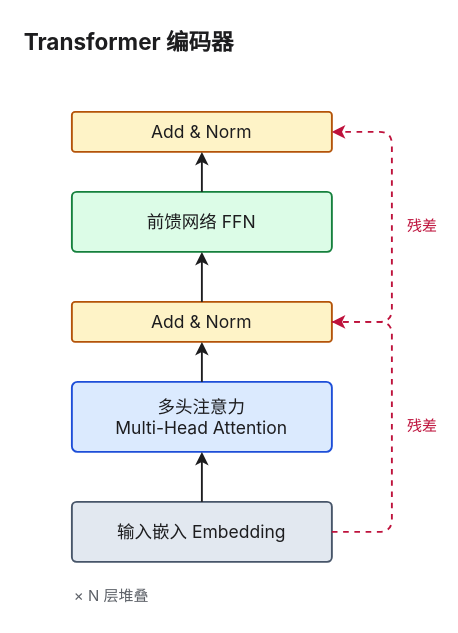
This is page "encoder" (1 of 2) of src/content/shared/diagrams/transformer-block.drawio from xingcanlee/astro-wisp, a draw.io file, before an edit. Source tidied: cells renumbered, new cells numbered last; positions are measured from the earlier drawing's top-left corner, leaving out a move shared by most shapes. Both pictures are drawn from the tidied source at 125%, with x=0, y=0 at pixel (21, 21).
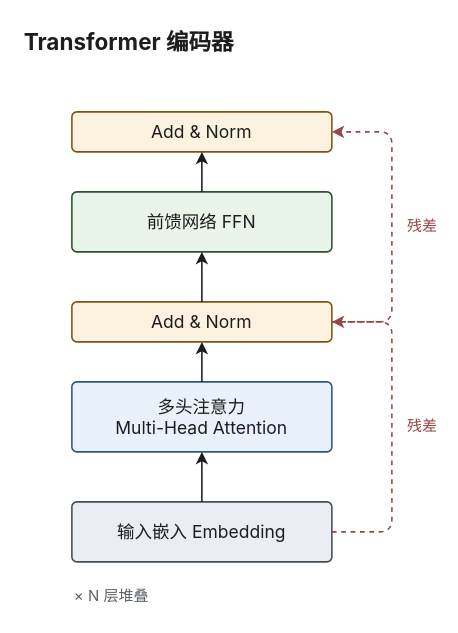
After the change.

What changed in the source:
```diff
@@
 <mxGraphModel>
   <root>
     <mxCell id="0" />
     <mxCell id="1" parent="0" />
     <mxCell id="2" value="Transformer 编码器" style="text;html=1;align=left;verticalAlign=middle;fontFamily=Inter;fontSize=18;fontStyle=1;fontColor=#1d1d1f;" parent="1" vertex="1">
       <mxGeometry width="240" height="32" as="geometry" />
     </mxCell>
-    <mxCell id="3" value="输入嵌入 Embedding" style="rounded=1;arcSize=8;whiteSpace=wrap;html=1;fillColor=#e2e8f0;strokeColor=#475569;strokeWidth=1.5;fontFamily=Inter;fontSize=14;fontColor=#1d1d1f;" parent="1" vertex="1">
+    <mxCell id="3" value="输入嵌入 Embedding" style="rounded=1;absoluteArcSize=1;arcSize=8;whiteSpace=wrap;html=1;fillColor=#eaedf2;strokeColor=#464e57;strokeWidth=1.25;fontFamily=Inter;fontSize=14;fontColor=#1d1d1f;" parent="1" vertex="1">
       <mxGeometry x="40" y="384" width="208" height="48" as="geometry" />
     </mxCell>
-    <mxCell id="4" value="多头注意力&lt;br&gt;Multi-Head Attention" style="rounded=1;arcSize=8;whiteSpace=wrap;html=1;fillColor=#dbeafe;strokeColor=#1d4ed8;strokeWidth=1.5;fontFamily=Inter;fontSize=14;fontColor=#1d1d1f;" parent="1" vertex="1">
+    <mxCell id="4" value="多头注意力&lt;br&gt;Multi-Head Attention" style="rounded=1;absoluteArcSize=1;arcSize=8;whiteSpace=wrap;html=1;fillColor=#e9f2fb;strokeColor=#2f5783;strokeWidth=1.25;fontFamily=Inter;fontSize=14;fontColor=#1d1d1f;" parent="1" vertex="1">
       <mxGeometry x="40" y="288" width="208" height="56" as="geometry" />
     </mxCell>
-    <mxCell id="5" value="Add &amp;amp; Norm" style="rounded=1;arcSize=8;whiteSpace=wrap;html=1;fillColor=#fef3c7;strokeColor=#b45309;strokeWidth=1.5;fontFamily=Inter;fontSize=14;fontColor=#1d1d1f;" parent="1" vertex="1">
+    <mxCell id="5" value="Add &amp;amp; Norm" style="rounded=1;absoluteArcSize=1;arcSize=8;whiteSpace=wrap;html=1;fillColor=#fbf2df;strokeColor=#7b5518;strokeWidth=1.25;fontFamily=Inter;fontSize=14;fontColor=#1d1d1f;" parent="1" vertex="1">
       <mxGeometry x="40" y="224" width="208" height="32" as="geometry" />
     </mxCell>
-    <mxCell id="6" value="前馈网络 FFN" style="rounded=1;arcSize=8;whiteSpace=wrap;html=1;fillColor=#dcfce7;strokeColor=#15803d;strokeWidth=1.5;fontFamily=Inter;fontSize=14;fontColor=#1d1d1f;" parent="1" vertex="1">
+    <mxCell id="6" value="前馈网络 FFN" style="rounded=1;absoluteArcSize=1;arcSize=8;whiteSpace=wrap;html=1;fillColor=#e9f5e9;strokeColor=#2c522d;strokeWidth=1.25;fontFamily=Inter;fontSize=14;fontColor=#1d1d1f;" parent="1" vertex="1">
       <mxGeometry x="40" y="136" width="208" height="48" as="geometry" />
     </mxCell>
-    <mxCell id="7" value="Add &amp;amp; Norm" style="rounded=1;arcSize=8;whiteSpace=wrap;html=1;fillColor=#fef3c7;strokeColor=#b45309;strokeWidth=1.5;fontFamily=Inter;fontSize=14;fontColor=#1d1d1f;" parent="1" vertex="1">
+    <mxCell id="7" value="Add &amp;amp; Norm" style="rounded=1;absoluteArcSize=1;arcSize=8;whiteSpace=wrap;html=1;fillColor=#fbf2df;strokeColor=#7b5518;strokeWidth=1.25;fontFamily=Inter;fontSize=14;fontColor=#1d1d1f;" parent="1" vertex="1">
       <mxGeometry x="40" y="72" width="208" height="32" as="geometry" />
     </mxCell>
-    <mxCell id="8" style="endArrow=classic;html=1;strokeColor=#1d1d1f;strokeWidth=1.5;" parent="1" edge="1" source="3" target="4">
+    <mxCell id="8" style="endArrow=classic;html=1;strokeColor=#1d1d1f;strokeWidth=1.25;" parent="1" edge="1" source="3" target="4">
       <mxGeometry relative="1" as="geometry" />
     </mxCell>
-    <mxCell id="9" style="endArrow=classic;html=1;strokeColor=#1d1d1f;strokeWidth=1.5;" parent="1" edge="1" source="4" target="5">
+    <mxCell id="9" style="endArrow=classic;html=1;strokeColor=#1d1d1f;strokeWidth=1.25;" parent="1" edge="1" source="4" target="5">
       <mxGeometry relative="1" as="geometry" />
     </mxCell>
-    <mxCell id="10" style="endArrow=classic;html=1;strokeColor=#1d1d1f;strokeWidth=1.5;" parent="1" edge="1" source="5" target="6">
+    <mxCell id="10" style="endArrow=classic;html=1;strokeColor=#1d1d1f;strokeWidth=1.25;" parent="1" edge="1" source="5" target="6">
       <mxGeometry relative="1" as="geometry" />
     </mxCell>
-    <mxCell id="11" style="endArrow=classic;html=1;strokeColor=#1d1d1f;strokeWidth=1.5;" parent="1" edge="1" source="6" target="7">
+    <mxCell id="11" style="endArrow=classic;html=1;strokeColor=#1d1d1f;strokeWidth=1.25;" parent="1" edge="1" source="6" target="7">
       <mxGeometry relative="1" as="geometry" />
     </mxCell>
-    <mxCell id="12" value="残差" style="edgeStyle=orthogonalEdgeStyle;rounded=1;endArrow=classic;html=1;strokeColor=#be123c;strokeWidth=1.5;dashed=1;fontFamily=Inter;fontSize=12;fontColor=#be123c;exitX=1;exitY=0.5;entryX=1;entryY=0.5;" parent="1" edge="1" source="3" target="5">
+    <mxCell id="12" value="残差" style="edgeStyle=orthogonalEdgeStyle;rounded=1;endArrow=classic;html=1;strokeColor=#984646;strokeWidth=1.25;dashed=1;fontFamily=Inter;fontSize=12;fontColor=#984646;exitX=1;exitY=0.5;entryX=1;entryY=0.5;" parent="1" edge="1" source="3" target="5">
       <mxGeometry relative="1" as="geometry">
         <Array as="points">
           <mxPoint x="296" y="408" />
           <mxPoint x="296" y="240" />
         </Array>
         <mxPoint x="24" as="offset" />
       </mxGeometry>
     </mxCell>
-    <mxCell id="13" value="残差" style="edgeStyle=orthogonalEdgeStyle;rounded=1;endArrow=classic;html=1;strokeColor=#be123c;strokeWidth=1.5;dashed=1;fontFamily=Inter;fontSize=12;fontColor=#be123c;exitX=1;exitY=0.5;entryX=1;entryY=0.5;" parent="1" edge="1" source="5" target="7">
+    <mxCell id="13" value="残差" style="edgeStyle=orthogonalEdgeStyle;rounded=1;endArrow=classic;html=1;strokeColor=#984646;strokeWidth=1.25;dashed=1;fontFamily=Inter;fontSize=12;fontColor=#984646;exitX=1;exitY=0.5;entryX=1;entryY=0.5;" parent="1" edge="1" source="5" target="7">
       <mxGeometry relative="1" as="geometry">
         <Array as="points">
           <mxPoint x="296" y="240" />
           <mxPoint x="296" y="88" />
         </Array>
         <mxPoint x="24" as="offset" />
       </mxGeometry>
     </mxCell>
     <mxCell id="14" value="× N 层堆叠" style="text;html=1;align=left;verticalAlign=middle;fontFamily=Inter;fontSize=12;fontColor=#5c6067;" parent="1" vertex="1">
       <mxGeometry x="40" y="448" width="160" height="24" as="geometry" />
     </mxCell>
   </root>
 </mxGraphModel>
```
